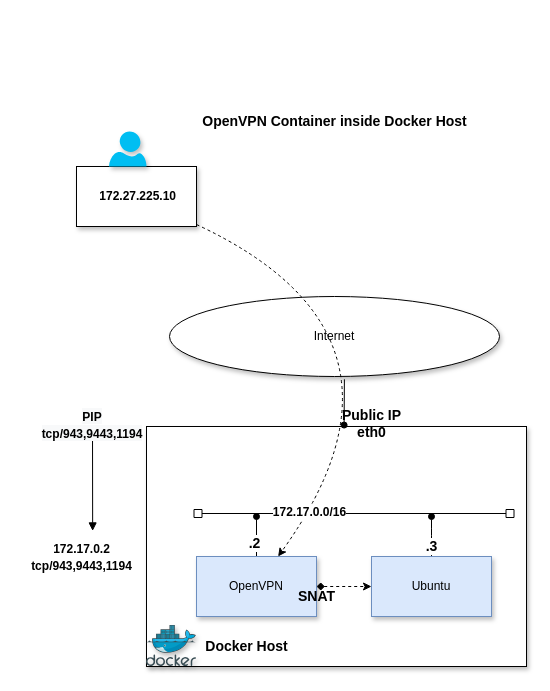
This is page "Docker" (1 of 2) of architecture-diagram/openvpn-architecture.drawio from nehalineogi/openvpn-aks, a draw.io file, before an edit. Source tidied: cells renumbered, new cells numbered last; positions are measured from the earlier drawing's top-left corner, leaving out a move shared by most shapes. Both pictures are drawn from the tidied source at 100%, with x=0, y=0 at pixel (21, 111).
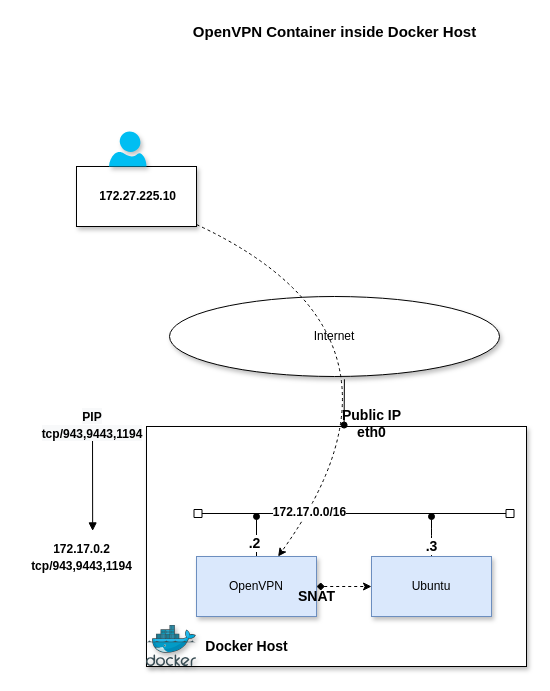
Above is the later version.

Diff of the diagram source:
```diff
@@
-    <mxCell id="24" value="&lt;b&gt;OpenVPN Container inside Docker Host&lt;/b&gt;" style="text;html=1;align=center;verticalAlign=middle;fillColor=none;strokeColor=none;rounded=0;shadow=1;dashed=1;dashPattern=1 4;fontSize=14;" parent="1" vertex="1">
-      <mxGeometry x="173" width="280" height="20" as="geometry" />
+    <mxCell id="24" value="&lt;b style=&quot;font-size: 15px;&quot;&gt;OpenVPN Container inside Docker Host&lt;/b&gt;" style="text;html=1;align=center;verticalAlign=middle;fillColor=none;strokeColor=none;rounded=0;shadow=1;dashed=1;dashPattern=1 4;fontSize=15;" parent="1" vertex="1">
+      <mxGeometry x="163" y="-90" width="300" height="20" as="geometry" />
     </mxCell>
```
